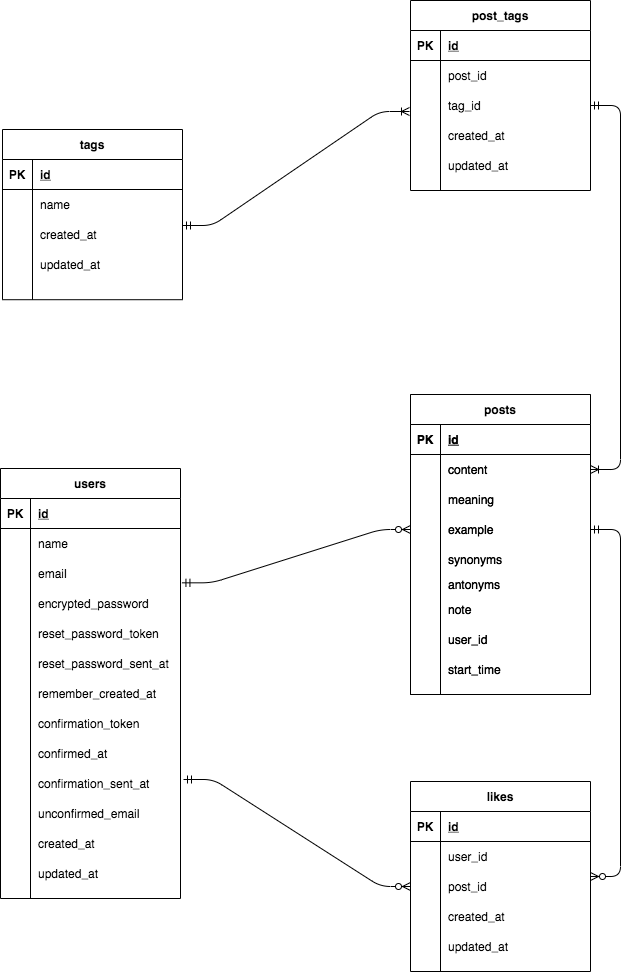
The draw.io diagram app/assets/images/er_image.png in ReoIto/MYVOCAB, before a commit. Source tidied: cells renumbered, new cells last; positions are measured from the earlier drawing's top-left corner, leaving out a move shared by most shapes.
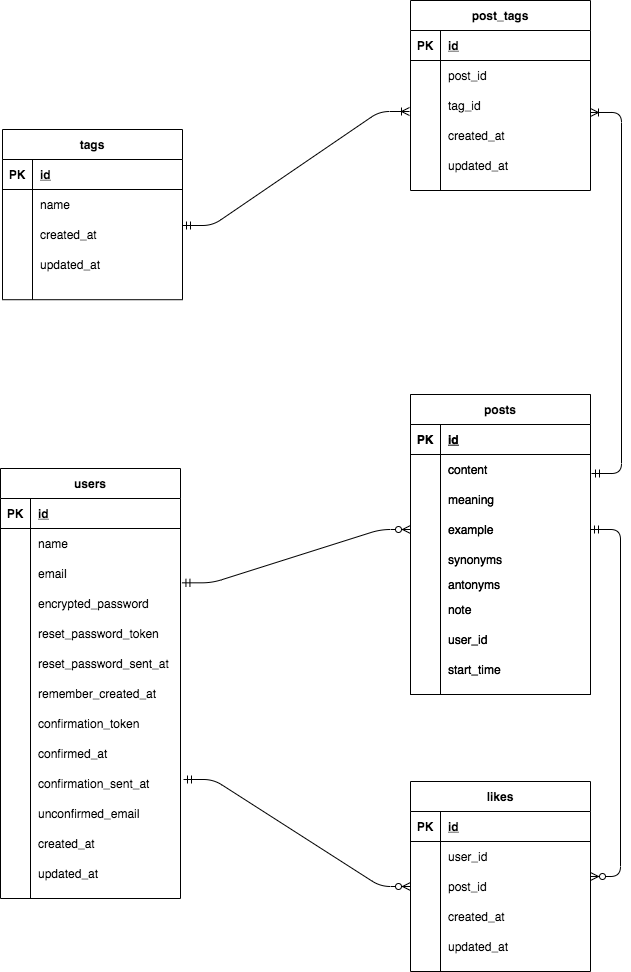
Above is the later version.

What changed in the source:
```diff
@@ -451,8 +451,10 @@
         <mxPoint x="409" y="111" as="targetPoint" />
       </mxGeometry>
     </mxCell>
-    <mxCell id="150" style="edgeStyle=entityRelationEdgeStyle;fontSize=12;html=1;endArrow=ERoneToMany;startArrow=ERmandOne;entryX=1;entryY=0.5;entryDx=0;entryDy=0;exitX=1;exitY=0.5;exitDx=0;exitDy=0;" parent="1" edge="1" source="140" target="109">
-      <mxGeometry relative="1" as="geometry" />
+    <mxCell id="150" style="edgeStyle=entityRelationEdgeStyle;fontSize=12;html=1;endArrow=ERoneToMany;startArrow=ERmandOne;entryX=1;entryY=0.733;entryDx=0;entryDy=0;entryPerimeter=0;" parent="1" edge="1" target="140">
+      <mxGeometry relative="1" as="geometry">
+        <mxPoint x="591" y="473" as="sourcePoint" />
+      </mxGeometry>
     </mxCell>
   </root>
 </mxGraphModel>
```
